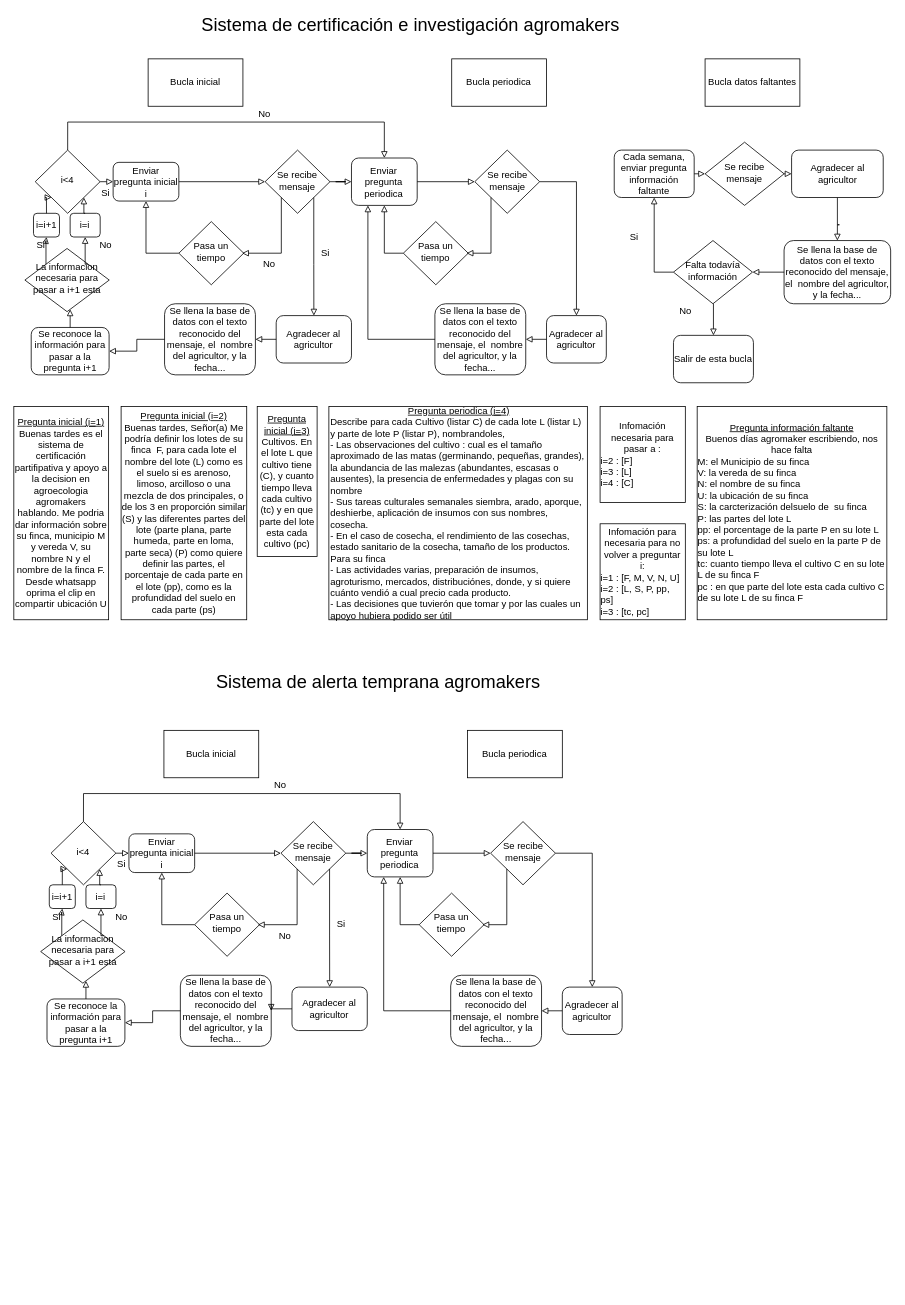
stdupas/agromakersPorVoz keeps this draw.io diagram as AgromakersDataSemanal.drawio. Above is the earlier version. Source tidied: cells renumbered, new cells numbered last; positions are measured from the earlier drawing's top-left corner, leaving out a move shared by most shapes. Both pictures are drawn from the tidied source at 79%, with x=0, y=0 at pixel (13, 17).
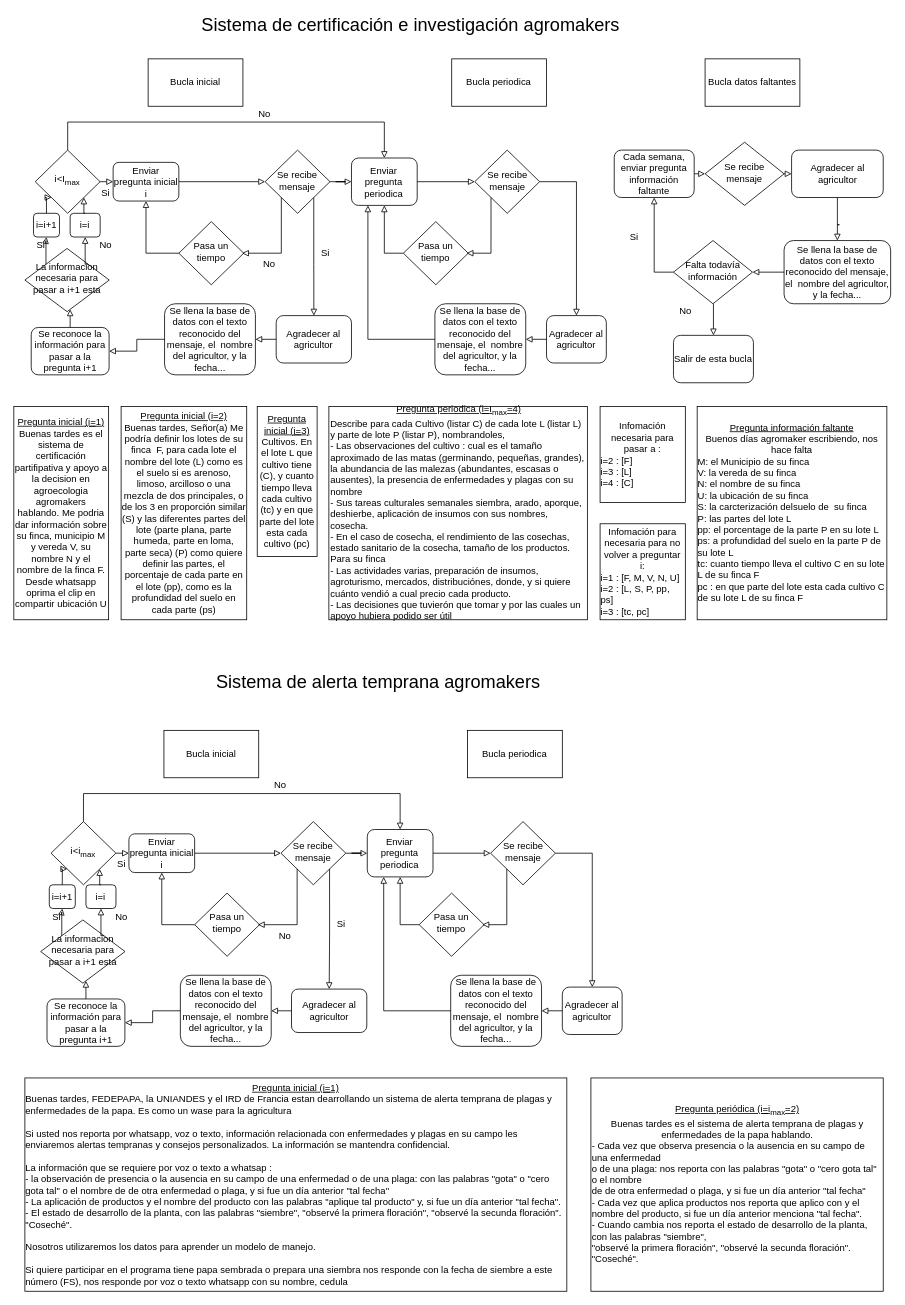
The same diagram, later.

The change refers to these unchanged cells:
```xml
<mxCell id="71" value="Se llena la base de datos con el texto reconocido del mensaje, el&amp;nbsp; nombre del agricultor, y la fecha..." style="rounded=1;whiteSpace=wrap;html=1;" parent="1" vertex="1">
  <mxGeometry x="210.8" y="1213" width="115" height="90" as="geometry" />
</mxCell>
```

Change to the diagram source:
```diff
@@
-    <mxCell id="5" value="&lt;div align=&quot;center&quot;&gt;&lt;u&gt;Pregunta periodica (&lt;/u&gt;&lt;u&gt;&lt;u&gt;i=&lt;/u&gt;4)&lt;br&gt;&lt;/u&gt;&lt;/div&gt;&lt;div align=&quot;left&quot;&gt;Describe para cada Cultivo (listar C) de cada lote L (listar L) y parte de lote P (listar P), nombrandoles, &lt;br&gt;&lt;/div&gt;&lt;div align=&quot;left&quot;&gt;- Las observaciones del cultivo : cual es el tamaño aproximado de las matas (germinando, pequeñas, grandes), la abundancia de las malezas (abundantes, escasas o ausentes), la presencia de enfermedades y plagas con su nombre&lt;/div&gt;&lt;div align=&quot;left&quot;&gt;- Sus tareas culturales semanales siembra, arado, aporque, deshierbe, aplicación de insumos con sus nombres, cosecha.&lt;/div&gt;&lt;div&gt;- En el caso de cosecha, el rendimiento de las cosechas, estado sanitario de la cosecha, tamaño de los productos.&lt;/div&gt;&lt;div&gt;Para su finca&lt;br&gt;&lt;/div&gt;&lt;div&gt;- Las actividades varias, preparación de insumos, agroturismo, mercados, distribuciónes, donde, y si quiere cuánto vendió a cual precio cada producto.&lt;br&gt;&lt;/div&gt;&lt;div&gt;- Las decisiones que tuvierón que tomar y por las cuales un apoyo hubiera podido ser útil&lt;br&gt;&lt;/div&gt;" style="rounded=0;whiteSpace=wrap;html=1;align=left;" parent="1" vertex="1">
+    <mxCell id="5" value="&lt;div align=&quot;center&quot;&gt;&lt;u&gt;Pregunta periodica (&lt;/u&gt;&lt;u&gt;&lt;u&gt;i=&lt;/u&gt;I&lt;sub&gt;max&lt;/sub&gt;=4)&lt;br&gt;&lt;/u&gt;&lt;/div&gt;&lt;div align=&quot;left&quot;&gt;Describe para cada Cultivo (listar C) de cada lote L (listar L) y parte de lote P (listar P), nombrandoles, &lt;br&gt;&lt;/div&gt;&lt;div align=&quot;left&quot;&gt;- Las observaciones del cultivo : cual es el tamaño aproximado de las matas (germinando, pequeñas, grandes), la abundancia de las malezas (abundantes, escasas o ausentes), la presencia de enfermedades y plagas con su nombre&lt;/div&gt;&lt;div align=&quot;left&quot;&gt;- Sus tareas culturales semanales siembra, arado, aporque, deshierbe, aplicación de insumos con sus nombres, cosecha.&lt;/div&gt;&lt;div&gt;- En el caso de cosecha, el rendimiento de las cosechas, estado sanitario de la cosecha, tamaño de los productos.&lt;/div&gt;&lt;div&gt;Para su finca&lt;br&gt;&lt;/div&gt;&lt;div&gt;- Las actividades varias, preparación de insumos, agroturismo, mercados, distribuciónes, donde, y si quiere cuánto vendió a cual precio cada producto.&lt;br&gt;&lt;/div&gt;&lt;div&gt;- Las decisiones que tuvierón que tomar y por las cuales un apoyo hubiera podido ser útil&lt;br&gt;&lt;/div&gt;" style="rounded=0;whiteSpace=wrap;html=1;align=left;" parent="1" vertex="1">
       <mxGeometry x="398.8" y="493" width="327.2" height="270" as="geometry" />
     </mxCell>
@@
-    <mxCell id="54" value="i&amp;lt;4" style="rhombus;whiteSpace=wrap;html=1;shadow=0;fontFamily=Helvetica;fontSize=12;align=center;strokeWidth=1;spacing=6;spacingTop=-4;" parent="1" vertex="1">
+    <mxCell id="54" value="i&amp;lt;I&lt;sub&gt;max&lt;/sub&gt;" style="rhombus;whiteSpace=wrap;html=1;shadow=0;fontFamily=Helvetica;fontSize=12;align=center;strokeWidth=1;spacing=6;spacingTop=-4;" parent="1" vertex="1">
       <mxGeometry x="27.1" y="168.5" width="82.1" height="80" as="geometry" />
     </mxCell>
@@
     <mxCell id="72" value="Agradecer al agricultor" style="rounded=1;whiteSpace=wrap;html=1;" parent="1" vertex="1">
-      <mxGeometry x="352.1" y="1228" width="95.3" height="55" as="geometry" />
+      <mxGeometry x="351.5" y="1230.5" width="95.3" height="55" as="geometry" />
     </mxCell>
@@
-    <mxCell id="74" style="edgeStyle=orthogonalEdgeStyle;rounded=0;jettySize=auto;html=1;endArrow=block;endFill=0;entryX=1;entryY=0.5;entryDx=0;entryDy=0;exitX=0;exitY=0.5;exitDx=0;exitDy=0;" parent="1" edge="1" source="72" target="71">
-      <mxGeometry relative="1" as="geometry" />
-    </mxCell>
@@
-    <mxCell id="101" value="i&amp;lt;4" style="rhombus;whiteSpace=wrap;html=1;shadow=0;fontFamily=Helvetica;fontSize=12;align=center;strokeWidth=1;spacing=6;spacingTop=-4;" parent="1" vertex="1">
+    <mxCell id="101" value="i&amp;lt;i&lt;sub&gt;max&lt;/sub&gt;" style="rhombus;whiteSpace=wrap;html=1;shadow=0;fontFamily=Helvetica;fontSize=12;align=center;strokeWidth=1;spacing=6;spacingTop=-4;" parent="1" vertex="1">
       <mxGeometry x="47.1" y="1018.5" width="82.1" height="80" as="geometry" />
     </mxCell>
@@
+    <mxCell id="112" value="&lt;div&gt;&lt;u&gt;Pregunta inicial &lt;/u&gt;&lt;u&gt;&lt;u&gt;(i=&lt;/u&gt;1)&lt;/u&gt;&lt;br&gt;&lt;/div&gt;&lt;div align=&quot;left&quot;&gt;Buenas tardes, FEDEPAPA, la UNIANDES y el IRD de Francia estan dearrollando un sistema de alerta temprana de plagas y enfermedades de la papa. Es como un wase para la agricultura&lt;br&gt;&lt;/div&gt;&lt;div align=&quot;left&quot;&gt;&lt;br&gt;&lt;/div&gt;&lt;div align=&quot;left&quot;&gt;Si usted nos reporta por whatsapp, voz o texto, información relacionada con enfermedades y plagas en su campo les enviaremos alertas tempranas y consejos personalizados. La información se mantendra confidencial.&lt;/div&gt;&lt;div align=&quot;left&quot;&gt;&lt;br&gt;&lt;/div&gt;&lt;div align=&quot;left&quot;&gt;La información que se requiere por voz o texto a whatsap :&lt;br&gt;&lt;/div&gt;&lt;div align=&quot;left&quot;&gt;- la observación de presencia o la ausencia en su campo de una enfermedad o de una plaga: con las palabras &quot;gota&quot; o &quot;cero gota tal&quot; o el nombre de de otra enfermedad o plaga,  y si fue un día anterior &quot;tal fecha&quot;&lt;/div&gt;&lt;div align=&quot;left&quot;&gt;- La aplicación de productos y el nombre del producto con las palabras &quot;aplique tal producto&quot; y, si fue un día anterior &quot;tal fecha&quot;.&lt;br&gt;&lt;/div&gt;&lt;div align=&quot;left&quot;&gt;- El estado de desarrollo de la planta, con las palabras &quot;siembre&quot;, &quot;observé la primera floración&quot;, &quot;observé la secunda floración&quot;. &quot;Coseché&quot;.&lt;/div&gt;&lt;div&gt;&lt;br&gt;&lt;/div&gt;&lt;div align=&quot;left&quot;&gt;Nosotros utilizaremos los datos para aprender un modelo de manejo.&lt;/div&gt;&lt;div align=&quot;left&quot;&gt;&lt;br&gt;&lt;/div&gt;&lt;div align=&quot;left&quot;&gt;Si quiere participar en el programa tiene papa sembrada o prepara una siembra nos responde con la fecha de siembre a este número (FS), nos responde por voz o texto whatsapp con su nombre, cedula &lt;br&gt;&lt;/div&gt;" style="rounded=0;whiteSpace=wrap;html=1;" parent="1" vertex="1">
+      <mxGeometry x="14" y="1343" width="686" height="270" as="geometry" />
+    </mxCell>
+    <mxCell id="113" value="&lt;div&gt;&lt;u&gt;Pregunta periódica &lt;/u&gt;&lt;u&gt;&lt;u&gt;(i=&lt;/u&gt;i&lt;sub&gt;max&lt;/sub&gt;=2)&lt;/u&gt;&lt;br&gt;&lt;/div&gt;&lt;div&gt;Buenas tardes es el sistema de alerta temprana de plagas y enfermedades de la papa hablando.&lt;/div&gt;&lt;div&gt;&lt;div align=&quot;left&quot;&gt;- Cada vez que observa presencia o la ausencia en su campo de una enfermedad&lt;/div&gt;&lt;div align=&quot;left&quot;&gt; o de una plaga: nos reporta con las palabras &quot;gota&quot; o &quot;cero gota tal&quot; o el nombre &lt;br&gt;de de otra enfermedad o plaga,  y si fue un día anterior &quot;tal fecha&quot;&lt;/div&gt;&lt;div align=&quot;left&quot;&gt;- Cada vez que  aplica productos nos reporta que aplico con y el nombre del producto, si fue un día anterior menciona &quot;tal fecha&quot;.&lt;br&gt;&lt;/div&gt;&lt;div align=&quot;left&quot;&gt;- Cuando cambia nos reporta el estado de desarrollo de la planta, con las palabras &quot;siembre&quot;, &lt;br&gt;&quot;observé la primera floración&quot;, &quot;observé la secunda floración&quot;. &lt;br&gt;&quot;Coseché&quot;.&lt;/div&gt;&lt;/div&gt;" style="rounded=0;whiteSpace=wrap;html=1;" parent="1" vertex="1">
+      <mxGeometry x="730.5" y="1343" width="370" height="270" as="geometry" />
+    </mxCell>
+    <mxCell id="74" style="edgeStyle=orthogonalEdgeStyle;rounded=0;jettySize=auto;html=1;exitX=0;exitY=0.5;exitDx=0;exitDy=0;endArrow=block;endFill=0;entryX=1;entryY=0.5;entryDx=0;entryDy=0;" parent="1" edge="1" source="72" target="71">
+      <mxGeometry relative="1" as="geometry" />
+    </mxCell>
```
